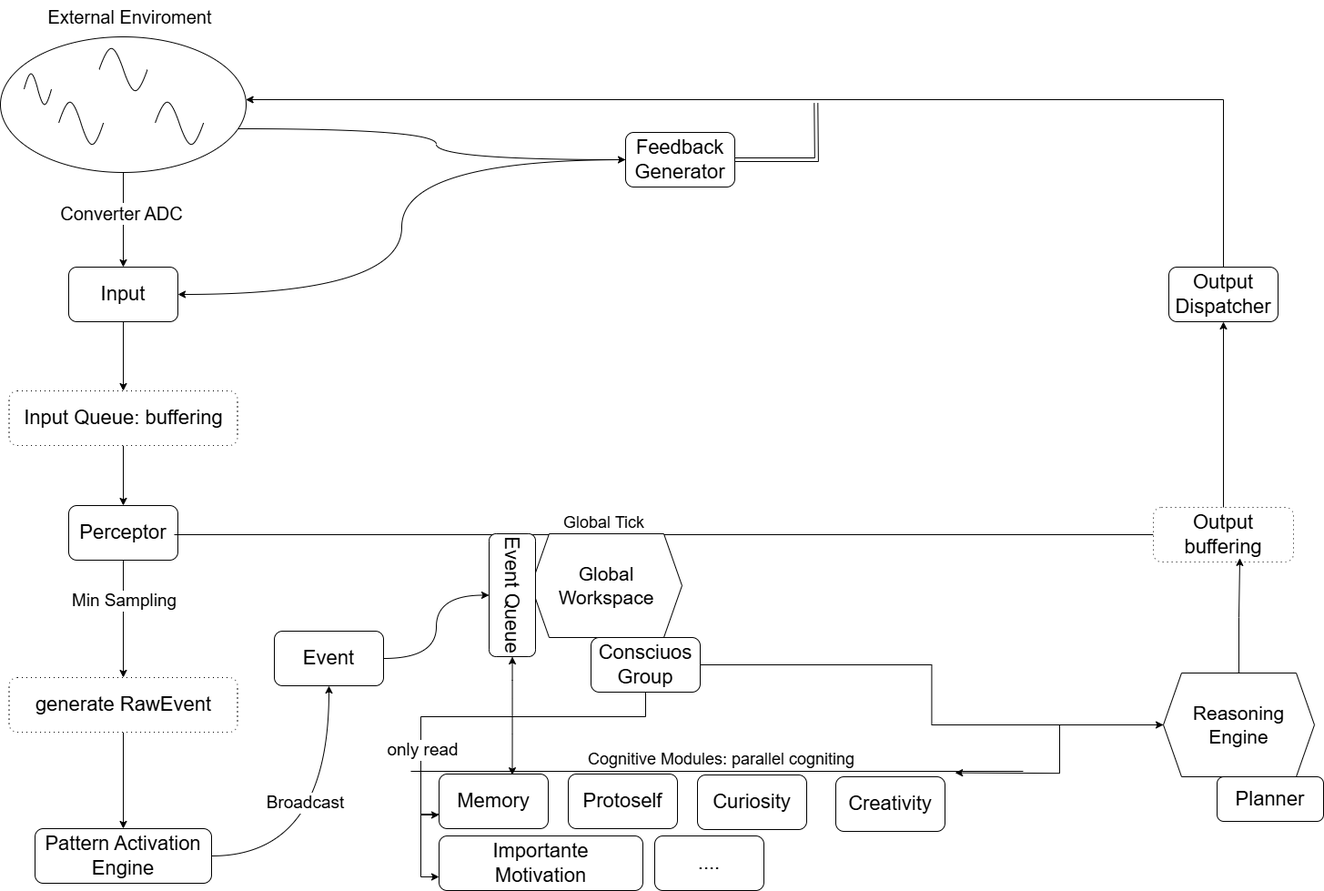
Before: docs/brainstorming/diagram-snapshot-3.png, a diagram exported from draw.io (miccheth/neuroslim). Source tidied: cells renumbered, new cells last; positions are measured from the earlier drawing's top-left corner, leaving out a move shared by most shapes.
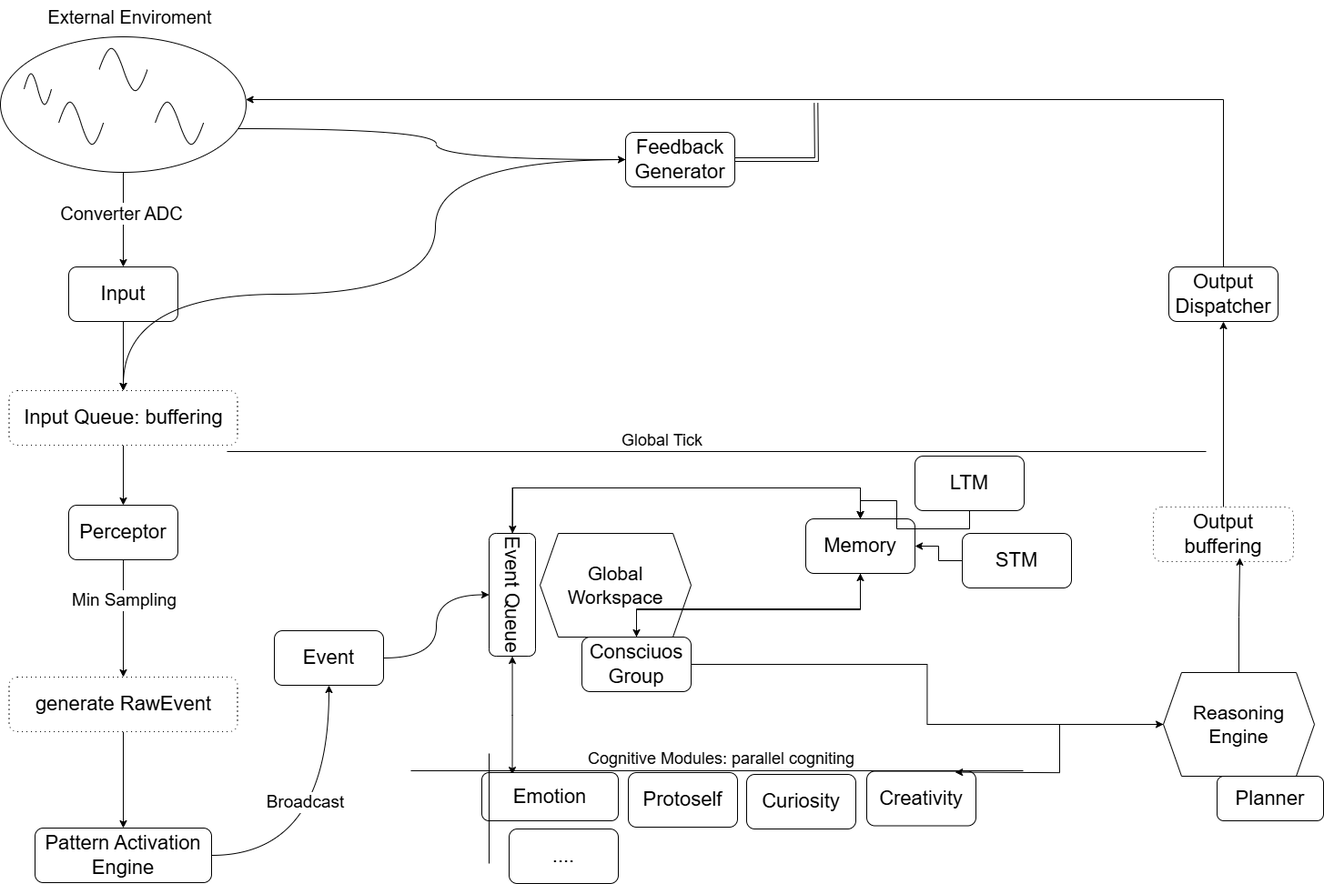
After the commit.

What changed in the source:
```diff
@@ -55,13 +55,14 @@
     <mxCell id="17" value="&lt;font style=&quot;font-size: 22px;&quot;&gt;Perceptor&lt;/font&gt;" style="rounded=1;whiteSpace=wrap;html=1;" parent="1" vertex="1">
       <mxGeometry x="75" y="555" width="120" height="60" as="geometry" />
     </mxCell>
-    <mxCell id="18" style="endArrow=none;html=1;rounded=0;" parent="1" edge="1" target="47">
+    <mxCell id="18" style="endArrow=none;html=1;rounded=0;" parent="1" edge="1">
       <mxGeometry relative="1" as="geometry">
-        <mxPoint x="191" y="587" as="sourcePoint" />
+        <mxPoint x="249" y="496" as="sourcePoint" />
+        <mxPoint x="1325" y="496" as="targetPoint" />
       </mxGeometry>
     </mxCell>
     <mxCell id="19" value="&lt;font style=&quot;font-size: 18px;&quot;&gt;Global Tick&lt;/font&gt;" style="text;html=1;align=center;verticalAlign=middle;strokeColor=none;fillColor=none;" parent="1" vertex="1">
-      <mxGeometry x="609" y="557" width="107" height="34" as="geometry" />
+      <mxGeometry x="673" y="467" width="107" height="34" as="geometry" />
     </mxCell>
     <mxCell id="20" style="edgeStyle=orthogonalEdgeStyle;rounded=0;jettySize=auto;html=1;" parent="1" edge="1" source="21" target="23">
       <mxGeometry relative="1" as="geometry" />
@@ -76,33 +77,37 @@
       <mxGeometry x="38" y="910" width="194" height="60" as="geometry" />
     </mxCell>
     <mxCell id="24" value="&lt;font style=&quot;font-size: 21px;&quot;&gt;Global Workspace&lt;/font&gt;" style="shape=hexagon;perimeter=hexagonPerimeter2;whiteSpace=wrap;html=1;fixedSize=1;" parent="1" vertex="1">
-      <mxGeometry x="583" y="586" width="166" height="114" as="geometry" />
+      <mxGeometry x="593" y="586" width="166" height="114" as="geometry" />
     </mxCell>
     <mxCell id="25" style="edgeStyle=orthogonalEdgeStyle;rounded=0;jettySize=auto;html=1;jumpStyle=arc;curved=1;flowAnimation=0;targetPerimeterSpacing=0;startArrow=classic;startFill=1;" parent="1" edge="1" source="26">
       <mxGeometry relative="1" as="geometry">
         <mxPoint x="562.5" y="851.1" as="targetPoint" />
       </mxGeometry>
     </mxCell>
+    <mxCell id="54" style="edgeStyle=orthogonalEdgeStyle;rounded=0;jettySize=auto;html=1;" parent="1" edge="1" source="26" target="37">
+      <mxGeometry relative="1" as="geometry">
+        <Array as="points">
+          <mxPoint x="563" y="536" />
+          <mxPoint x="945" y="536" />
+        </Array>
+      </mxGeometry>
+    </mxCell>
     <mxCell id="26" value="&lt;span style=&quot;font-size: 22px;&quot;&gt;Event Queue&lt;/span&gt;" style="rounded=1;whiteSpace=wrap;html=1;rotation=90;" parent="1" vertex="1">
       <mxGeometry x="495" y="628" width="135" height="51" as="geometry" />
     </mxCell>
     <mxCell id="27" style="edgeStyle=orthogonalEdgeStyle;rounded=0;jettySize=auto;html=1;" parent="1" edge="1" source="30" target="44">
       <mxGeometry relative="1" as="geometry" />
     </mxCell>
-    <mxCell id="28" style="edgeStyle=orthogonalEdgeStyle;rounded=0;jettySize=auto;html=1;entryX=0;entryY=0.75;entryDx=0;entryDy=0;" parent="1" edge="1" source="30" target="37">
+    <mxCell id="28" style="edgeStyle=orthogonalEdgeStyle;rounded=0;jettySize=auto;html=1;" parent="1" edge="1" source="30" target="37">
       <mxGeometry relative="1" as="geometry">
         <Array as="points">
-          <mxPoint x="709" y="787" />
-          <mxPoint x="462" y="787" />
-          <mxPoint x="462" y="895" />
+          <mxPoint x="699" y="669" />
+          <mxPoint x="945" y="669" />
         </Array>
       </mxGeometry>
     </mxCell>
-    <mxCell id="29" value="&lt;font style=&quot;font-size: 19px;&quot;&gt;only read&lt;/font&gt;" style="edgeLabel;html=1;align=center;verticalAlign=middle;" parent="28" vertex="1">
-      <mxGeometry x="0.54" y="1" relative="1" as="geometry" />
-    </mxCell>
     <mxCell id="30" value="&lt;font style=&quot;font-size: 22px;&quot;&gt;Consciuos&lt;/font&gt;&lt;div&gt;&lt;font style=&quot;font-size: 22px;&quot;&gt;Group&lt;/font&gt;&lt;/div&gt;" style="rounded=1;whiteSpace=wrap;html=1;" parent="1" vertex="1">
-      <mxGeometry x="649" y="700" width="120" height="60" as="geometry" />
+      <mxGeometry x="639" y="700" width="120" height="60" as="geometry" />
     </mxCell>
     <mxCell id="31" style="edgeStyle=orthogonalEdgeStyle;rounded=0;jettySize=auto;html=1;entryX=0.5;entryY=1;entryDx=0;entryDy=0;curved=1;" parent="1" edge="1" source="23" target="33">
       <mxGeometry relative="1" as="geometry" />
@@ -124,31 +129,39 @@
     <mxCell id="35" value="&lt;font style=&quot;font-size: 18px;&quot;&gt;Cognitive Modules: parallel cogniting&lt;/font&gt;" style="text;html=1;align=center;verticalAlign=middle;strokeColor=none;fillColor=none;" parent="1" vertex="1">
       <mxGeometry x="636" y="817" width="311" height="34" as="geometry" />
     </mxCell>
-    <mxCell id="36" style="edgeStyle=orthogonalEdgeStyle;rounded=0;jettySize=auto;html=1;entryX=0;entryY=0.75;entryDx=0;entryDy=0;" parent="1" edge="1" source="37" target="41">
-      <mxGeometry relative="1" as="geometry">
-        <Array as="points">
-          <mxPoint x="462" y="894" />
-          <mxPoint x="462" y="963" />
-        </Array>
-      </mxGeometry>
-    </mxCell>
+    <mxCell id="55" style="edgeStyle=orthogonalEdgeStyle;rounded=0;jettySize=auto;html=1;" parent="1" edge="1" source="37" target="30">
+      <mxGeometry relative="1" as="geometry">
+        <Array as="points">
+          <mxPoint x="945" y="670" />
+          <mxPoint x="699" y="670" />
+        </Array>
+      </mxGeometry>
+    </mxCell>
+    <mxCell id="56" style="edgeStyle=orthogonalEdgeStyle;rounded=0;jettySize=auto;html=1;" parent="1" edge="1" source="37" target="26">
+      <mxGeometry relative="1" as="geometry">
+        <Array as="points">
+          <mxPoint x="945" y="536" />
+          <mxPoint x="563" y="536" />
+        </Array>
+      </mxGeometry>
+    </mxCell>
     <mxCell id="37" value="&lt;font style=&quot;font-size: 22px;&quot;&gt;Memory&lt;/font&gt;" style="rounded=1;whiteSpace=wrap;html=1;" parent="1" vertex="1">
-      <mxGeometry x="482" y="850" width="120" height="60" as="geometry" />
+      <mxGeometry x="885" y="570" width="120" height="60" as="geometry" />
     </mxCell>
     <mxCell id="38" value="&lt;font style=&quot;font-size: 22px;&quot;&gt;Protoself&lt;/font&gt;" style="rounded=1;whiteSpace=wrap;html=1;" parent="1" vertex="1">
-      <mxGeometry x="624" y="850" width="120" height="60" as="geometry" />
+      <mxGeometry x="690" y="849" width="120" height="60" as="geometry" />
     </mxCell>
     <mxCell id="39" value="&lt;font style=&quot;font-size: 22px;&quot;&gt;Curiosity&lt;/font&gt;" style="rounded=1;whiteSpace=wrap;html=1;" parent="1" vertex="1">
-      <mxGeometry x="766" y="851" width="120" height="60" as="geometry" />
+      <mxGeometry x="820" y="851" width="120" height="60" as="geometry" />
     </mxCell>
     <mxCell id="40" value="&lt;font style=&quot;font-size: 22px;&quot;&gt;Creativity&lt;/font&gt;" style="rounded=1;whiteSpace=wrap;html=1;" parent="1" vertex="1">
-      <mxGeometry x="918" y="853" width="120" height="60" as="geometry" />
+      <mxGeometry x="952" y="847.5" width="120" height="60" as="geometry" />
     </mxCell>
-    <mxCell id="41" value="&lt;span style=&quot;font-size: 22px;&quot;&gt;Importante&lt;br&gt;Motivation&lt;/span&gt;" style="rounded=1;whiteSpace=wrap;html=1;" parent="1" vertex="1">
-      <mxGeometry x="482" y="918" width="224" height="60" as="geometry" />
+    <mxCell id="41" value="&lt;span style=&quot;font-size: 22px;&quot;&gt;Emotion&lt;/span&gt;" style="rounded=1;whiteSpace=wrap;html=1;" parent="1" vertex="1">
+      <mxGeometry x="529" y="849" width="150" height="53" as="geometry" />
     </mxCell>
     <mxCell id="42" value="&lt;span style=&quot;font-size: 22px;&quot;&gt;....&lt;/span&gt;" style="rounded=1;whiteSpace=wrap;html=1;" parent="1" vertex="1">
-      <mxGeometry x="719" y="918" width="120" height="60" as="geometry" />
+      <mxGeometry x="559" y="911" width="120" height="60" as="geometry" />
     </mxCell>
     <mxCell id="43" style="edgeStyle=orthogonalEdgeStyle;rounded=0;jettySize=auto;html=1;" parent="1" edge="1" source="44">
       <mxGeometry relative="1" as="geometry">
@@ -185,11 +198,35 @@
         <mxPoint x="896.3" y="112.9" as="targetPoint" />
       </mxGeometry>
     </mxCell>
-    <mxCell id="52" style="edgeStyle=orthogonalEdgeStyle;rounded=0;jettySize=auto;html=1;entryX=1;entryY=0.5;entryDx=0;entryDy=0;curved=1;" parent="1" edge="1" source="53" target="12">
-      <mxGeometry relative="1" as="geometry" />
+    <mxCell id="52" style="edgeStyle=orthogonalEdgeStyle;rounded=0;jettySize=auto;html=1;curved=1;" parent="1" edge="1" source="53" target="14">
+      <mxGeometry relative="1" as="geometry">
+        <Array as="points">
+          <mxPoint x="478" y="175" />
+          <mxPoint x="478" y="323" />
+          <mxPoint x="135" y="323" />
+        </Array>
+      </mxGeometry>
     </mxCell>
     <mxCell id="53" value="&lt;span style=&quot;font-size: 22px;&quot;&gt;Feedback&lt;/span&gt;&lt;div&gt;&lt;span style=&quot;font-size: 22px;&quot;&gt;Generator&lt;/span&gt;&lt;/div&gt;" style="rounded=1;whiteSpace=wrap;html=1;" parent="1" vertex="1">
       <mxGeometry x="687" y="145" width="120" height="60" as="geometry" />
     </mxCell>
+    <mxCell id="57" style="endArrow=none;html=1;rounded=0;" parent="1" edge="1">
+      <mxGeometry relative="1" as="geometry">
+        <mxPoint x="537" y="828" as="sourcePoint" />
+        <mxPoint x="537" y="949" as="targetPoint" />
+      </mxGeometry>
+    </mxCell>
+    <mxCell id="58" style="edgeStyle=orthogonalEdgeStyle;rounded=0;jettySize=auto;html=1;" parent="1" edge="1" source="59" target="37">
+      <mxGeometry relative="1" as="geometry" />
+    </mxCell>
+    <mxCell id="59" value="&lt;font style=&quot;font-size: 22px;&quot;&gt;LTM&lt;/font&gt;" style="rounded=1;whiteSpace=wrap;html=1;" parent="1" vertex="1">
+      <mxGeometry x="1005" y="501" width="120" height="60" as="geometry" />
+    </mxCell>
+    <mxCell id="60" style="edgeStyle=orthogonalEdgeStyle;rounded=0;jettySize=auto;html=1;" parent="1" edge="1" source="61" target="37">
+      <mxGeometry relative="1" as="geometry" />
+    </mxCell>
+    <mxCell id="61" value="&lt;font style=&quot;font-size: 22px;&quot;&gt;STM&lt;/font&gt;" style="rounded=1;whiteSpace=wrap;html=1;" parent="1" vertex="1">
+      <mxGeometry x="1057" y="586" width="120" height="60" as="geometry" />
+    </mxCell>
   </root>
 </mxGraphModel>
```
